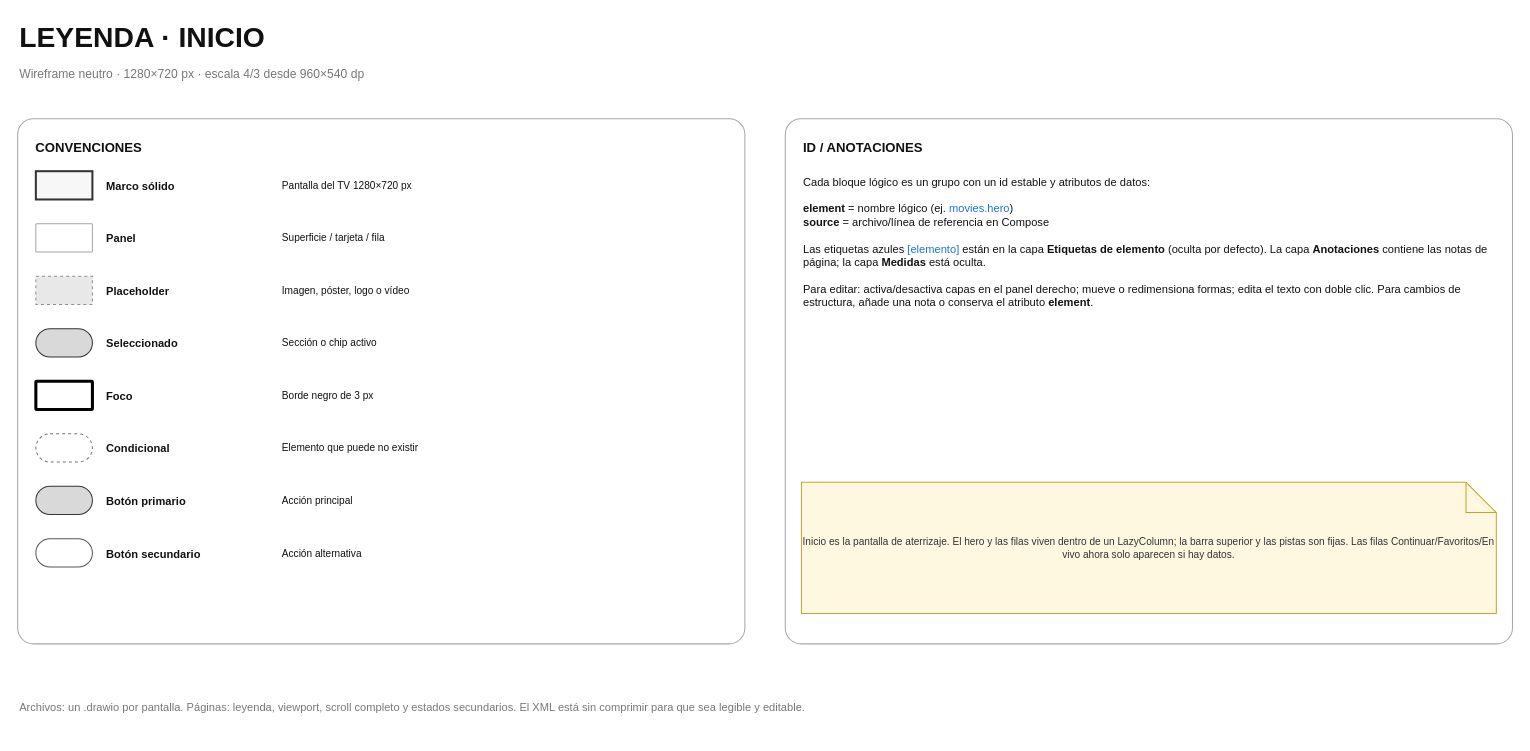
Earlier version of the draw.io diagram page "00 · Leyenda" (1 of 4) of design/layouts/INICIO.drawio (andres3336/streaming). Source tidied: cells renumbered, new cells numbered last; positions are measured from the earlier drawing's top-left corner, leaving out a move shared by most shapes. Both pictures are drawn from the tidied source at 101%, with x=0, y=0 at pixel (17, 17).
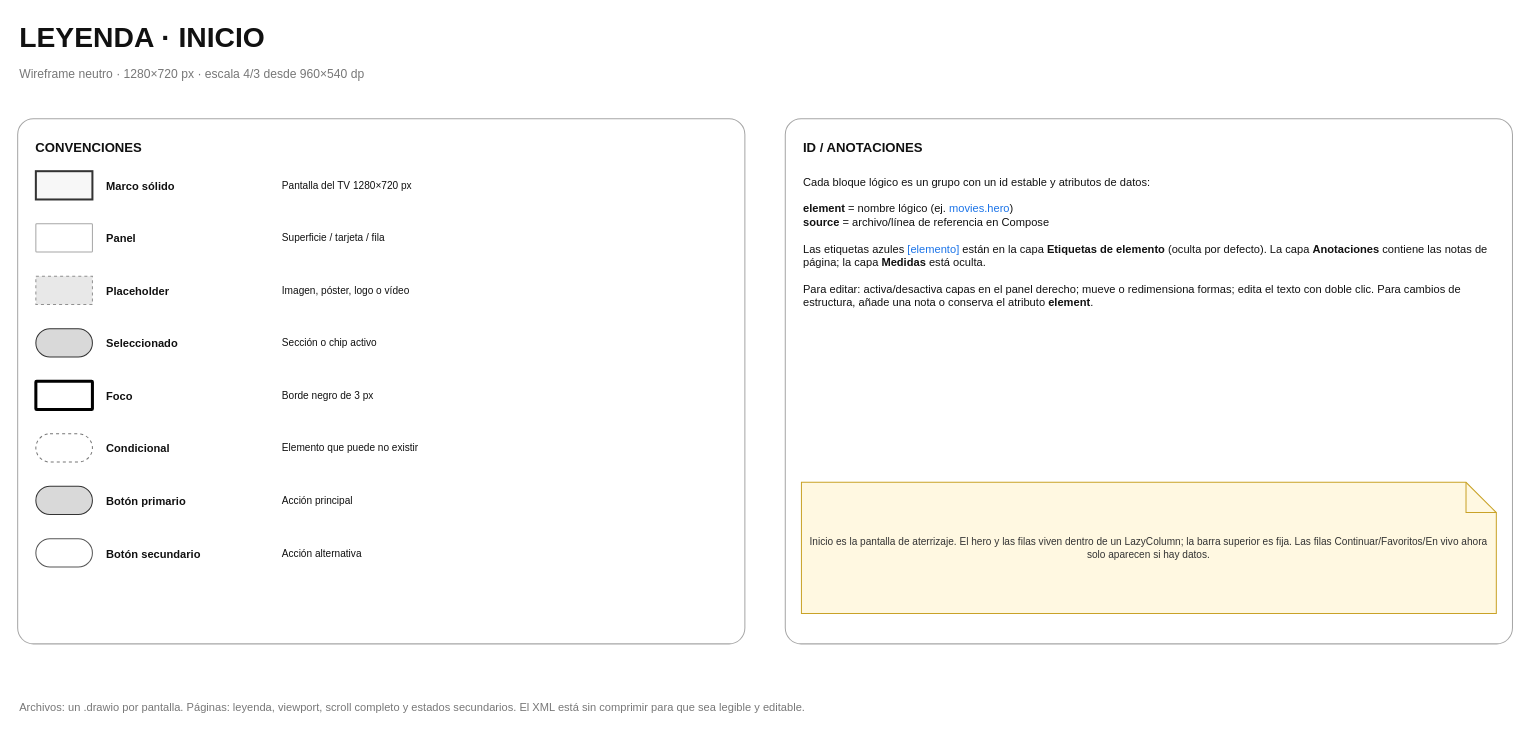
After the change.

What changed in the source:
```diff
@@
-    <mxCell id="35" value="Inicio es la pantalla de aterrizaje. El hero y las filas viven dentro de un LazyColumn; la barra superior y las pistas son fijas. Las filas Continuar/Favoritos/En vivo ahora solo aparecen si hay datos." style="shape=note;whiteSpace=wrap;html=1;backgroundOutline=1;fillColor=#FFF8E1;strokeColor=#C9A227;fontSize=10;fontColor=#333333;fontFamily=Helvetica;" parent="3" vertex="1">
+    <mxCell id="35" value="Inicio es la pantalla de aterrizaje. El hero y las filas viven dentro de un LazyColumn; la barra superior es fija. Las filas Continuar/Favoritos/En vivo ahora solo aparecen si hay datos." style="shape=note;whiteSpace=wrap;html=1;backgroundOutline=1;fillColor=#FFF8E1;strokeColor=#C9A227;fontSize=10;fontColor=#333333;fontFamily=Helvetica;" parent="3" vertex="1">
       <mxGeometry x="776" y="460" width="688" height="130" as="geometry" />
     </mxCell>
```
